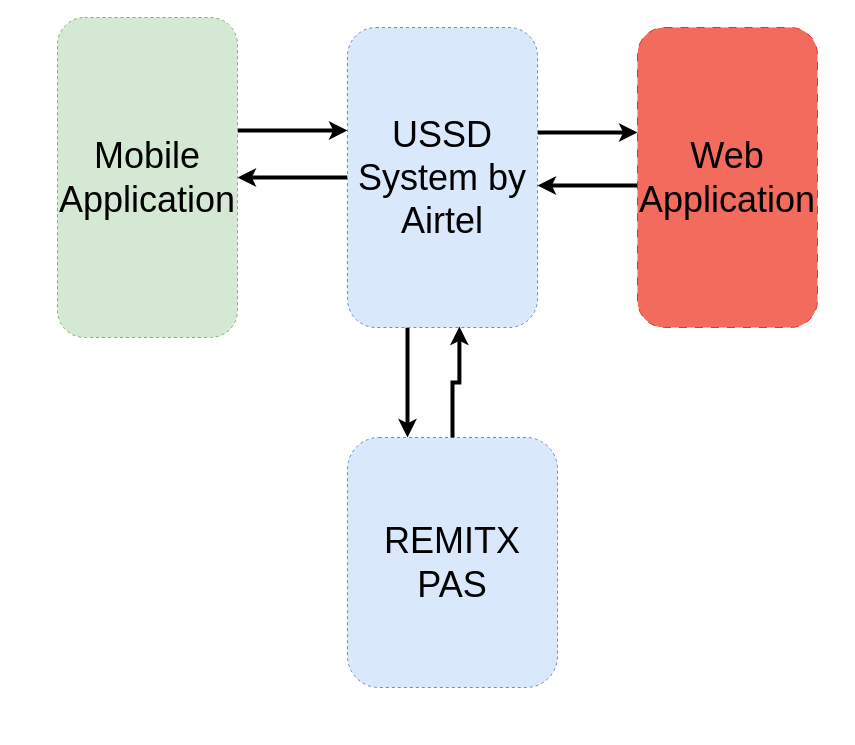
The draw.io diagram USSD Diagram.drawio in dabiko/draw-io, before the edit. Source tidied: cells renumbered, new cells numbered last; positions are measured from the earlier drawing's top-left corner, leaving out a move shared by most shapes. Both pictures are drawn from the tidied source at 100%, with x=0, y=0 at pixel (57, 17).
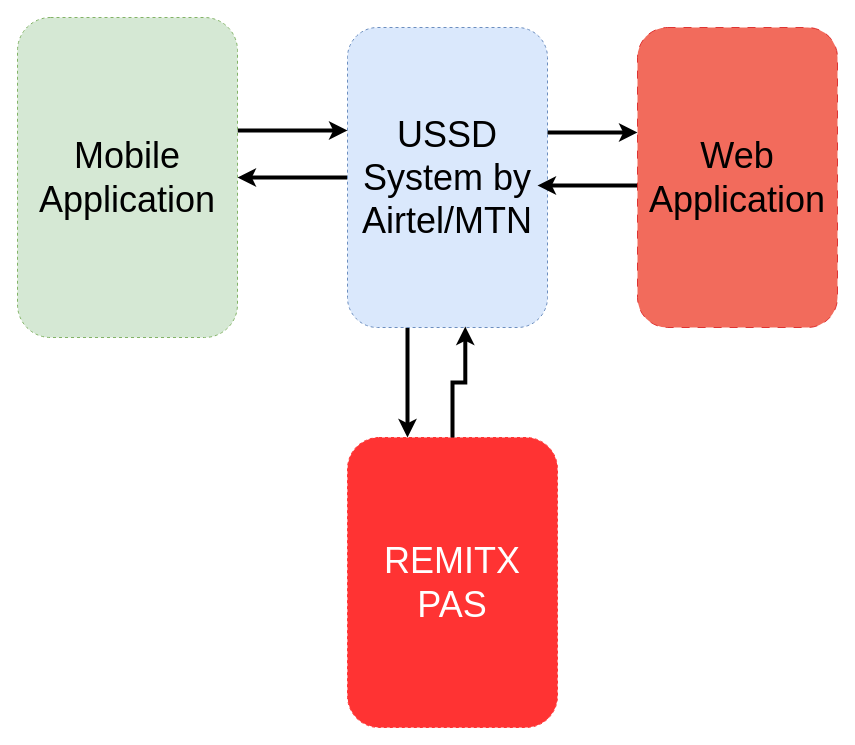
The same page after the edit.

What changed in the source:
```diff
@@
 <mxGraphModel>
   <root>
     <mxCell id="0" />
     <mxCell id="1" parent="0" />
     <mxCell id="2" style="edgeStyle=orthogonalEdgeStyle;rounded=0;orthogonalLoop=1;jettySize=auto;html=1;strokeWidth=4;flowAnimation=1;" parent="1" edge="1">
       <mxGeometry relative="1" as="geometry">
         <mxPoint x="480" y="115" as="sourcePoint" />
         <mxPoint x="580" y="115" as="targetPoint" />
       </mxGeometry>
     </mxCell>
     <mxCell id="3" style="edgeStyle=orthogonalEdgeStyle;rounded=0;jettySize=auto;html=1;entryX=1;entryY=0.5;entryDx=0;entryDy=0;strokeWidth=4;flowAnimation=1;" parent="1" edge="1" source="5" target="9">
       <mxGeometry relative="1" as="geometry" />
     </mxCell>
     <mxCell id="4" style="edgeStyle=orthogonalEdgeStyle;rounded=0;jettySize=auto;html=1;strokeWidth=4;flowAnimation=1;" parent="1" edge="1" source="5" target="10">
       <mxGeometry relative="1" as="geometry">
         <Array as="points">
           <mxPoint x="350" y="340" />
           <mxPoint x="350" y="340" />
         </Array>
       </mxGeometry>
     </mxCell>
-    <mxCell id="5" value="&lt;span style=&quot;font-size: 36px;&quot;&gt;USSD System by Airtel&lt;/span&gt;" style="rounded=1;whiteSpace=wrap;html=1;fillColor=#dae8fc;strokeColor=#6c8ebf;dashed=1;" parent="1" vertex="1">
-      <mxGeometry x="290" y="10" width="190" height="300" as="geometry" />
+    <mxCell id="5" value="&lt;span style=&quot;font-size: 36px;&quot;&gt;USSD System by Airtel/MTN&lt;/span&gt;" style="rounded=1;whiteSpace=wrap;html=1;fillColor=#dae8fc;strokeColor=#6c8ebf;dashed=1;" parent="1" vertex="1">
+      <mxGeometry x="290" y="10" width="200" height="300" as="geometry" />
     </mxCell>
     <mxCell id="6" style="edgeStyle=orthogonalEdgeStyle;rounded=0;orthogonalLoop=1;jettySize=auto;html=1;entryX=1;entryY=0.5;entryDx=0;entryDy=0;strokeWidth=4;flowAnimation=1;" parent="1" edge="1">
       <mxGeometry relative="1" as="geometry">
         <mxPoint x="580" y="168" as="sourcePoint" />
         <mxPoint x="480" y="168" as="targetPoint" />
       </mxGeometry>
     </mxCell>
     <mxCell id="7" value="&lt;span style=&quot;font-size: 36px;&quot;&gt;Web&lt;/span&gt;&lt;div&gt;&lt;span style=&quot;font-size: 36px;&quot;&gt;Application&lt;/span&gt;&lt;/div&gt;" style="rounded=1;whiteSpace=wrap;html=1;fillColor=#ef4734;strokeColor=#D71515;dashed=1;dashPattern=8 8;fillStyle=solid;gradientColor=none;opacity=80;" parent="1" vertex="1">
-      <mxGeometry x="580" y="10" width="180" height="300" as="geometry" />
+      <mxGeometry x="580" y="10" width="200" height="300" as="geometry" />
     </mxCell>
     <mxCell id="8" style="edgeStyle=orthogonalEdgeStyle;rounded=0;orthogonalLoop=1;jettySize=auto;html=1;strokeWidth=4;flowAnimation=1;" parent="1" edge="1">
       <mxGeometry relative="1" as="geometry">
         <mxPoint x="180" y="113" as="sourcePoint" />
         <mxPoint x="290" y="113" as="targetPoint" />
       </mxGeometry>
     </mxCell>
     <mxCell id="9" value="&lt;font style=&quot;font-size: 36px;&quot;&gt;Mobile Application&lt;/font&gt;" style="rounded=1;whiteSpace=wrap;html=1;fillColor=#d5e8d4;strokeColor=#82b366;dashed=1;" parent="1" vertex="1">
-      <mxGeometry width="180" height="320" as="geometry" />
+      <mxGeometry x="-40" width="220" height="320" as="geometry" />
     </mxCell>
-    <mxCell id="10" value="&lt;span style=&quot;font-size: 36px;&quot;&gt;REMITX PAS&lt;/span&gt;" style="rounded=1;whiteSpace=wrap;html=1;fillColor=#dae8fc;strokeColor=#6c8ebf;dashed=1;" parent="1" vertex="1">
-      <mxGeometry x="290" y="420" width="210" height="250" as="geometry" />
+    <mxCell id="10" value="&lt;span style=&quot;font-size: 36px;&quot;&gt;&lt;font color=&quot;#ffffff&quot;&gt;REMITX PAS&lt;/font&gt;&lt;/span&gt;" style="rounded=1;whiteSpace=wrap;html=1;fillColor=#FF3333;strokeColor=#FF3333;dashed=1;" parent="1" vertex="1">
+      <mxGeometry x="290" y="420" width="210" height="290" as="geometry" />
     </mxCell>
     <mxCell id="11" style="edgeStyle=orthogonalEdgeStyle;rounded=0;jettySize=auto;html=1;entryX=0.589;entryY=0.997;entryDx=0;entryDy=0;entryPerimeter=0;strokeWidth=4;flowAnimation=1;" parent="1" edge="1" source="10" target="5">
       <mxGeometry relative="1" as="geometry" />
     </mxCell>
   </root>
 </mxGraphModel>
```
